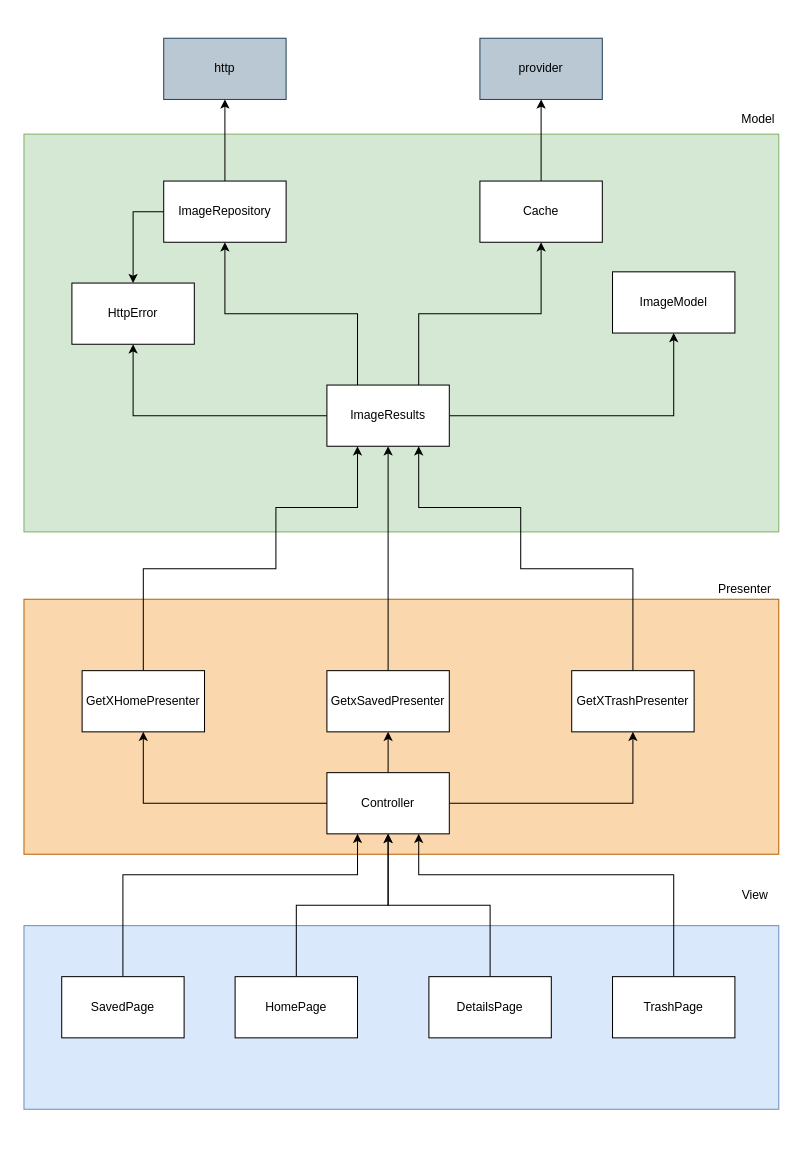
lismaroliveira1/gifs_to_win keeps this draw.io diagram as diagram.drawio. Above is the earlier version. Source tidied: cells renumbered, new cells numbered last; positions are measured from the earlier drawing's top-left corner, leaving out a move shared by most shapes. Both pictures are drawn from the tidied source at 102%, with x=0, y=0 at pixel (23, 38).
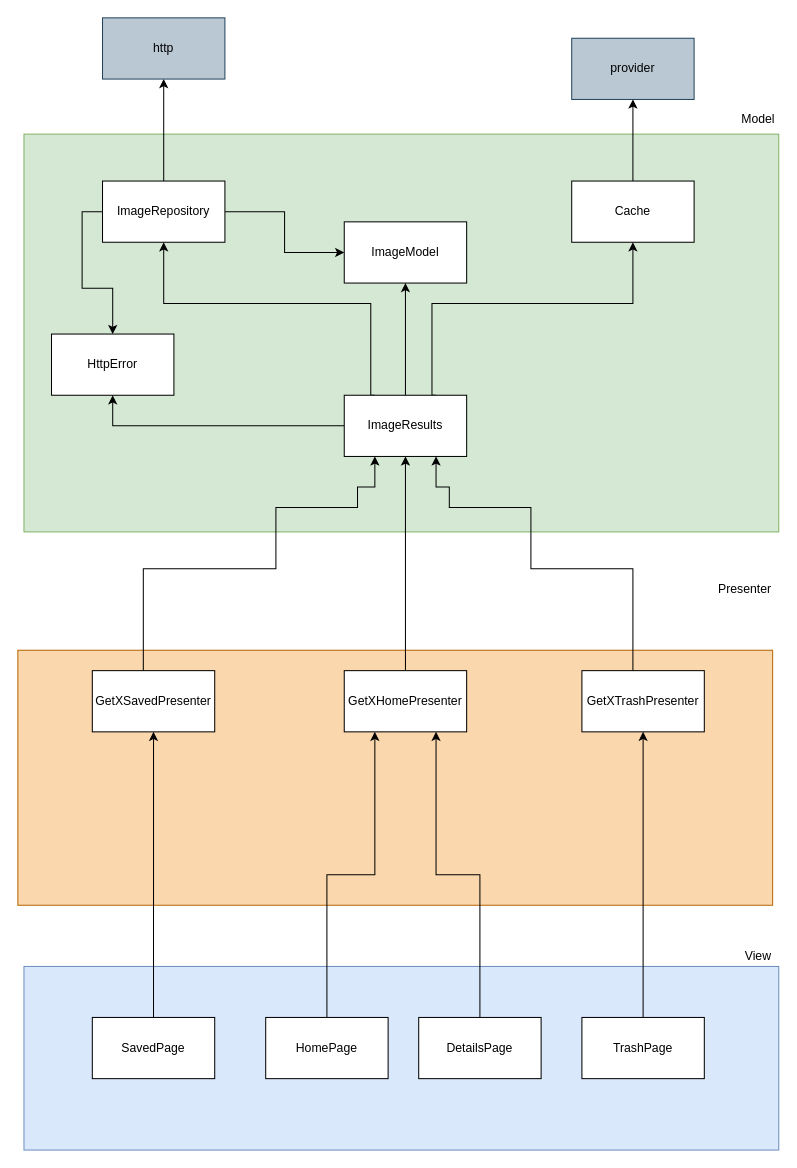
After the change.

Commit message (it also covers changes not shown here):
code refactor to according with diagram and update diagram

Change to the diagram source:
```diff
@@
+    <mxCell id="40" style="edgeStyle=orthogonalEdgeStyle;rounded=0;jettySize=auto;html=1;" parent="1" edge="1" source="6" target="12">
+      <mxGeometry relative="1" as="geometry" />
+    </mxCell>
     <mxCell id="6" value="ImageRepository" style="rounded=0;whiteSpace=wrap;html=1;" parent="1" vertex="1">
-      <mxGeometry x="137" y="140" width="120" height="60" as="geometry" />
+      <mxGeometry x="77" y="140" width="120" height="60" as="geometry" />
     </mxCell>
     <mxCell id="7" value="http" style="rounded=0;whiteSpace=wrap;html=1;fillColor=#bac8d3;strokeColor=#23445d;" parent="1" vertex="1">
-      <mxGeometry x="137" width="120" height="60" as="geometry" />
+      <mxGeometry x="77" y="-20" width="120" height="60" as="geometry" />
     </mxCell>
@@
     <mxCell id="9" value="Cache" style="rounded=0;whiteSpace=wrap;html=1;" parent="1" vertex="1">
-      <mxGeometry x="447" y="140" width="120" height="60" as="geometry" />
+      <mxGeometry x="537" y="140" width="120" height="60" as="geometry" />
     </mxCell>
     <mxCell id="10" value="provider" style="rounded=0;whiteSpace=wrap;html=1;fillColor=#bac8d3;strokeColor=#23445d;" parent="1" vertex="1">
-      <mxGeometry x="447" width="120" height="60" as="geometry" />
+      <mxGeometry x="537" width="120" height="60" as="geometry" />
     </mxCell>
     <mxCell id="11" value="HttpError" style="rounded=0;whiteSpace=wrap;html=1;" parent="1" vertex="1">
-      <mxGeometry x="47" y="240" width="120" height="60" as="geometry" />
+      <mxGeometry x="27" y="290" width="120" height="60" as="geometry" />
     </mxCell>
     <mxCell id="12" value="ImageModel" style="rounded=0;whiteSpace=wrap;html=1;" parent="1" vertex="1">
-      <mxGeometry x="577" y="229" width="120" height="60" as="geometry" />
+      <mxGeometry x="314" y="180" width="120" height="60" as="geometry" />
     </mxCell>
@@
-    <mxCell id="14" style="edgeStyle=orthogonalEdgeStyle;rounded=0;jettySize=auto;html=1;exitX=1;exitY=0.5;exitDx=0;exitDy=0;entryX=0.5;entryY=1;entryDx=0;entryDy=0;" parent="1" edge="1" source="17" target="12">
-      <mxGeometry relative="1" as="geometry" />
-    </mxCell>
     <mxCell id="15" style="edgeStyle=orthogonalEdgeStyle;rounded=0;jettySize=auto;html=1;exitX=0.25;exitY=0;exitDx=0;exitDy=0;entryX=0.5;entryY=1;entryDx=0;entryDy=0;" parent="1" edge="1" source="17" target="6">
-      <mxGeometry relative="1" as="geometry" />
+      <mxGeometry relative="1" as="geometry">
+        <Array as="points">
+          <mxPoint x="340" y="260" />
+          <mxPoint x="137" y="260" />
+        </Array>
+      </mxGeometry>
     </mxCell>
     <mxCell id="16" style="edgeStyle=orthogonalEdgeStyle;rounded=0;jettySize=auto;html=1;exitX=0.75;exitY=0;exitDx=0;exitDy=0;entryX=0.5;entryY=1;entryDx=0;entryDy=0;" parent="1" edge="1" source="17" target="9">
-      <mxGeometry relative="1" as="geometry" />
+      <mxGeometry relative="1" as="geometry">
+        <Array as="points">
+          <mxPoint x="400" y="260" />
+          <mxPoint x="597" y="260" />
+        </Array>
+      </mxGeometry>
     </mxCell>
+    <mxCell id="14" style="edgeStyle=orthogonalEdgeStyle;rounded=0;jettySize=auto;html=1;entryX=0.5;entryY=1;entryDx=0;entryDy=0;" parent="1" edge="1" source="17" target="12">
+      <mxGeometry relative="1" as="geometry" />
+    </mxCell>
     <mxCell id="17" value="ImageResults" style="rounded=0;whiteSpace=wrap;html=1;" parent="1" vertex="1">
-      <mxGeometry x="297" y="340" width="120" height="60" as="geometry" />
+      <mxGeometry x="314" y="350" width="120" height="60" as="geometry" />
     </mxCell>
     <mxCell id="18" style="whiteSpace=wrap;html=1;fillColor=#fad7ac;strokeColor=#b46504;" parent="1" vertex="1">
-      <mxGeometry y="550" width="740" height="250" as="geometry" />
+      <mxGeometry x="-6" y="600" width="740" height="250" as="geometry" />
     </mxCell>
@@
     <mxCell id="20" style="edgeStyle=orthogonalEdgeStyle;rounded=0;jettySize=auto;html=1;entryX=0.25;entryY=1;entryDx=0;entryDy=0;" parent="1" edge="1" source="21" target="17">
       <mxGeometry relative="1" as="geometry">
         <Array as="points">
           <mxPoint x="117" y="520" />
           <mxPoint x="247" y="520" />
           <mxPoint x="247" y="460" />
           <mxPoint x="327" y="460" />
+          <mxPoint x="327" y="440" />
+          <mxPoint x="344" y="440" />
         </Array>
       </mxGeometry>
     </mxCell>
-    <mxCell id="21" value="GetXHomePresenter" style="rounded=0;whiteSpace=wrap;html=1;" parent="1" vertex="1">
-      <mxGeometry x="57" y="620" width="120" height="60" as="geometry" />
+    <mxCell id="21" value="GetXSavedPresenter" style="rounded=0;whiteSpace=wrap;html=1;" parent="1" vertex="1">
+      <mxGeometry x="67" y="620" width="120" height="60" as="geometry" />
     </mxCell>
@@
-    <mxCell id="23" value="GetxSavedPresenter" style="rounded=0;whiteSpace=wrap;html=1;" parent="1" vertex="1">
-      <mxGeometry x="297" y="620" width="120" height="60" as="geometry" />
+    <mxCell id="23" value="GetXHomePresenter" style="rounded=0;whiteSpace=wrap;html=1;" parent="1" vertex="1">
+      <mxGeometry x="314" y="620" width="120" height="60" as="geometry" />
     </mxCell>
     <mxCell id="24" style="edgeStyle=orthogonalEdgeStyle;rounded=0;jettySize=auto;html=1;entryX=0.75;entryY=1;entryDx=0;entryDy=0;" parent="1" edge="1" source="25" target="17">
       <mxGeometry relative="1" as="geometry">
         <Array as="points">
           <mxPoint x="597" y="520" />
-          <mxPoint x="487" y="520" />
-          <mxPoint x="487" y="460" />
-          <mxPoint x="387" y="460" />
+          <mxPoint x="497" y="520" />
+          <mxPoint x="497" y="460" />
+          <mxPoint x="417" y="460" />
+          <mxPoint x="417" y="440" />
+          <mxPoint x="404" y="440" />
         </Array>
       </mxGeometry>
     </mxCell>
     <mxCell id="25" value="GetXTrashPresenter" style="rounded=0;whiteSpace=wrap;html=1;" parent="1" vertex="1">
-      <mxGeometry x="537" y="620" width="120" height="60" as="geometry" />
+      <mxGeometry x="547" y="620" width="120" height="60" as="geometry" />
     </mxCell>
     <mxCell id="26" style="whiteSpace=wrap;html=1;fillColor=#dae8fc;strokeColor=#6c8ebf;" parent="1" vertex="1">
-      <mxGeometry y="870" width="740" height="180" as="geometry" />
+      <mxGeometry y="910" width="740" height="180" as="geometry" />
     </mxCell>
     <mxCell id="27" value="View" style="text;html=1;strokeColor=none;fillColor=none;align=center;verticalAlign=middle;whiteSpace=wrap;rounded=0;" parent="1" vertex="1">
-      <mxGeometry x="697" y="830" width="40" height="20" as="geometry" />
+      <mxGeometry x="700" y="890" width="40" height="20" as="geometry" />
     </mxCell>
-    <mxCell id="28" style="edgeStyle=orthogonalEdgeStyle;rounded=0;jettySize=auto;html=1;entryX=0.25;entryY=1;entryDx=0;entryDy=0;" parent="1" edge="1" source="29" target="37">
-      <mxGeometry relative="1" as="geometry">
-        <Array as="points">
-          <mxPoint x="97" y="820" />
-          <mxPoint x="327" y="820" />
-        </Array>
-      </mxGeometry>
-    </mxCell>
+    <mxCell id="41" style="edgeStyle=orthogonalEdgeStyle;rounded=0;jettySize=auto;html=1;exitX=0.5;exitY=0;exitDx=0;exitDy=0;entryX=0.5;entryY=1;entryDx=0;entryDy=0;" parent="1" edge="1" source="29" target="21">
+      <mxGeometry relative="1" as="geometry" />
+    </mxCell>
     <mxCell id="29" value="SavedPage" style="rounded=0;whiteSpace=wrap;html=1;" parent="1" vertex="1">
-      <mxGeometry x="37" y="920" width="120" height="60" as="geometry" />
+      <mxGeometry x="67" y="960" width="120" height="60" as="geometry" />
     </mxCell>
-    <mxCell id="30" style="edgeStyle=orthogonalEdgeStyle;rounded=0;jettySize=auto;html=1;" parent="1" edge="1" source="31" target="37">
-      <mxGeometry relative="1" as="geometry" />
-    </mxCell>
+    <mxCell id="42" style="edgeStyle=orthogonalEdgeStyle;rounded=0;jettySize=auto;html=1;entryX=0.25;entryY=1;entryDx=0;entryDy=0;" parent="1" edge="1" source="31" target="23">
+      <mxGeometry relative="1" as="geometry">
+        <Array as="points">
+          <mxPoint x="297" y="820" />
+          <mxPoint x="344" y="820" />
+        </Array>
+      </mxGeometry>
+    </mxCell>
     <mxCell id="31" value="HomePage" style="rounded=0;whiteSpace=wrap;html=1;" parent="1" vertex="1">
-      <mxGeometry x="207" y="920" width="120" height="60" as="geometry" />
+      <mxGeometry x="237" y="960" width="120" height="60" as="geometry" />
     </mxCell>
-    <mxCell id="32" style="edgeStyle=orthogonalEdgeStyle;rounded=0;jettySize=auto;html=1;entryX=0.75;entryY=1;entryDx=0;entryDy=0;" parent="1" edge="1" source="33" target="37">
-      <mxGeometry relative="1" as="geometry">
-        <Array as="points">
-          <mxPoint x="637" y="820" />
-          <mxPoint x="387" y="820" />
-        </Array>
-      </mxGeometry>
-    </mxCell>
+    <mxCell id="43" style="edgeStyle=orthogonalEdgeStyle;rounded=0;jettySize=auto;html=1;entryX=0.5;entryY=1;entryDx=0;entryDy=0;" parent="1" edge="1" source="33" target="25">
+      <mxGeometry relative="1" as="geometry" />
+    </mxCell>
     <mxCell id="33" value="TrashPage" style="rounded=0;whiteSpace=wrap;html=1;" parent="1" vertex="1">
-      <mxGeometry x="577" y="920" width="120" height="60" as="geometry" />
+      <mxGeometry x="547" y="960" width="120" height="60" as="geometry" />
     </mxCell>
-    <mxCell id="34" style="edgeStyle=orthogonalEdgeStyle;rounded=0;jettySize=auto;html=1;entryX=0.5;entryY=1;entryDx=0;entryDy=0;" parent="1" edge="1" source="37" target="23">
-      <mxGeometry relative="1" as="geometry" />
-    </mxCell>
-    <mxCell id="35" style="edgeStyle=orthogonalEdgeStyle;rounded=0;jettySize=auto;html=1;entryX=0.5;entryY=1;entryDx=0;entryDy=0;" parent="1" edge="1" source="37" target="21">
-      <mxGeometry relative="1" as="geometry" />
-    </mxCell>
-    <mxCell id="36" style="edgeStyle=orthogonalEdgeStyle;rounded=0;jettySize=auto;html=1;entryX=0.5;entryY=1;entryDx=0;entryDy=0;" parent="1" edge="1" source="37" target="25">
-      <mxGeometry relative="1" as="geometry" />
-    </mxCell>
-    <mxCell id="37" value="Controller" style="rounded=0;whiteSpace=wrap;html=1;perimeter=hexagonPerimeter2;" parent="1" vertex="1">
-      <mxGeometry x="297" y="720" width="120" height="60" as="geometry" />
-    </mxCell>
-    <mxCell id="38" style="edgeStyle=orthogonalEdgeStyle;rounded=0;jettySize=auto;html=1;entryX=0.5;entryY=1;entryDx=0;entryDy=0;" parent="1" edge="1" source="39" target="37">
-      <mxGeometry relative="1" as="geometry" />
-    </mxCell>
+    <mxCell id="44" style="edgeStyle=orthogonalEdgeStyle;rounded=0;jettySize=auto;html=1;entryX=0.75;entryY=1;entryDx=0;entryDy=0;" parent="1" edge="1" source="39" target="23">
+      <mxGeometry relative="1" as="geometry" />
+    </mxCell>
     <mxCell id="39" value="DetailsPage" style="rounded=0;whiteSpace=wrap;html=1;" parent="1" vertex="1">
-      <mxGeometry x="397" y="920" width="120" height="60" as="geometry" />
+      <mxGeometry x="387" y="960" width="120" height="60" as="geometry" />
     </mxCell>
```
